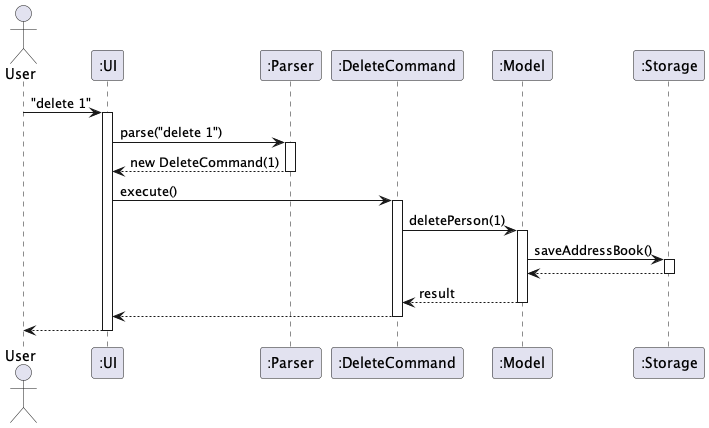
Before: docs/diagrams/ArchitectureSequenceDiagram.png, a diagram exported from PlantUML (chwenyee/tp).
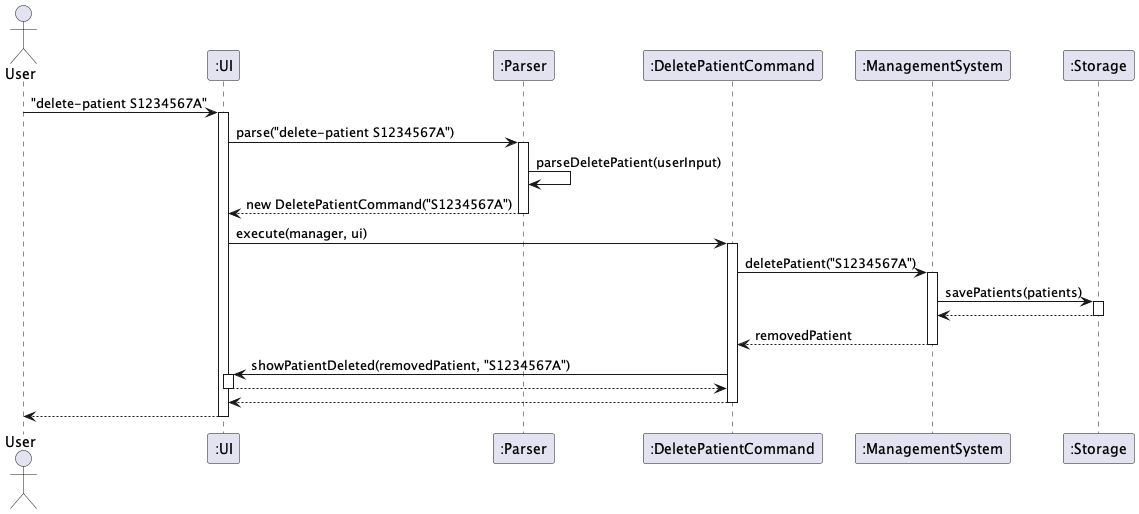
Later version of the same file.

Commit message:
Update architecture diagrams and documentation to use exact package names from codebase

Diff of the diagram source:
```diff
@@ -3,31 +3,37 @@
 actor User
 participant ":UI" as UI
 participant ":Parser" as Parser
-participant ":DeleteCommand" as Command
-participant ":Model" as Model
+participant ":DeletePatientCommand" as Command
+participant ":ManagementSystem" as Management
 participant ":Storage" as Storage
 
-User -> UI : "delete 1"
+User -> UI : "delete-patient S1234567A"
 activate UI
 
-UI -> Parser : parse("delete 1")
+UI -> Parser : parse("delete-patient S1234567A")
 activate Parser
-Parser --> UI : new DeleteCommand(1)
+Parser -> Parser : parseDeletePatient(userInput)
+Parser --> UI : new DeletePatientCommand("S1234567A")
 deactivate Parser
 
-UI -> Command : execute()
+UI -> Command : execute(manager, ui)
 activate Command
 
-Command -> Model : deletePerson(1)
-activate Model
+Command -> Management : deletePatient("S1234567A")
+activate Management
 
-Model -> Storage : saveAddressBook()
+Management -> Storage : savePatients(patients)
 activate Storage
-Storage --> Model
+Storage --> Management
 deactivate Storage
 
-Model --> Command : result
-deactivate Model
+Management --> Command : removedPatient
+deactivate Management
+
+Command -> UI : showPatientDeleted(removedPatient, "S1234567A")
+activate UI
+UI --> Command
+deactivate UI
 
 Command --> UI
 deactivate Command
```
